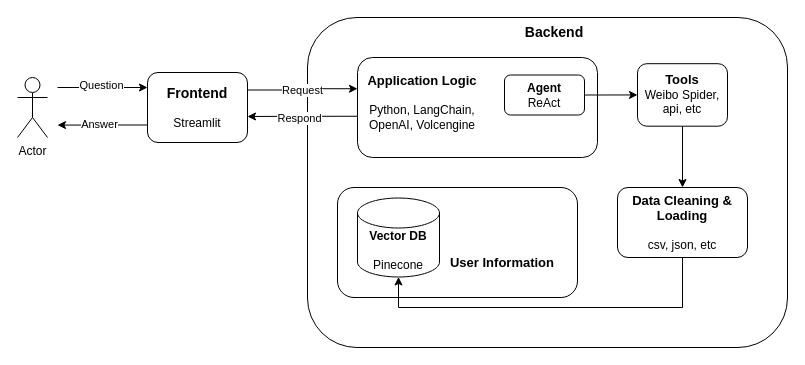
Before: EchoPersona.drawio in Jiaaming/EchoPersona, a draw.io diagram. Source tidied: cells renumbered, new cells numbered last; positions are measured from the earlier drawing's top-left corner, leaving out a move shared by most shapes. Both pictures are drawn from the tidied source at 100%, with x=0, y=0 at pixel (17, 17).
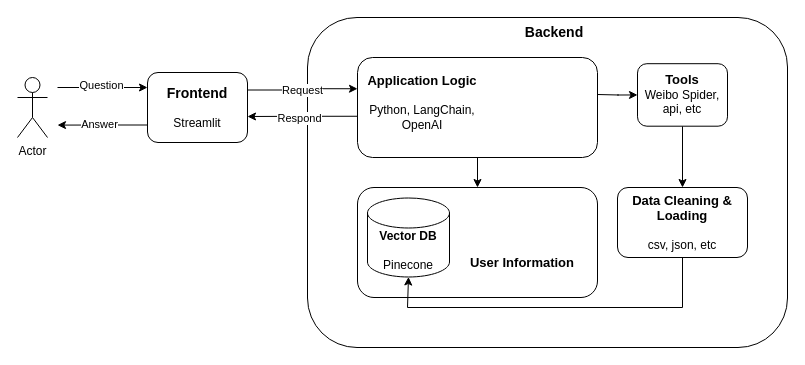
Above is the later version.

Unchanged cells that the change refers to:
```xml
<mxCell id="10" style="rounded=1;whiteSpace=wrap;html=1;" parent="1" vertex="1">
  <mxGeometry x="340" y="40" width="240" height="100" as="geometry" />
</mxCell>
<mxCell id="17" value="&lt;b&gt;&lt;font style=&quot;font-size: 13px;&quot;&gt;Tools&lt;/font&gt;&lt;br&gt;&lt;/b&gt;Weibo Spider, api, etc" style="rounded=1;whiteSpace=wrap;html=1;" parent="1" vertex="1">
  <mxGeometry x="620" y="46.2" width="90" height="62.5" as="geometry" />
</mxCell>
<mxCell id="18" value="&lt;font style=&quot;font-size: 13px;&quot;&gt;&lt;b&gt;Data Cleaning &amp;amp; Loading&lt;/b&gt;&lt;br&gt;&lt;/font&gt;&lt;br&gt;csv, json, etc" style="rounded=1;whiteSpace=wrap;html=1;" parent="1" vertex="1">
  <mxGeometry x="600" y="170" width="130" height="70" as="geometry" />
</mxCell>
```

What changed in the source:
```diff
@@
+    <mxCell id="25" style="edgeStyle=orthogonalEdgeStyle;rounded=0;jettySize=auto;html=1;entryX=0.5;entryY=0;entryDx=0;entryDy=0;" parent="1" edge="1" source="10" target="19">
+      <mxGeometry relative="1" as="geometry" />
+    </mxCell>
@@
-    <mxCell id="11" style="edgeStyle=orthogonalEdgeStyle;rounded=0;jettySize=auto;html=1;exitX=1;exitY=0.5;exitDx=0;exitDy=0;entryX=0;entryY=0.5;entryDx=0;entryDy=0;" parent="1" edge="1" source="12" target="17">
-      <mxGeometry relative="1" as="geometry" />
+    <mxCell id="11" style="edgeStyle=orthogonalEdgeStyle;rounded=0;jettySize=auto;html=1;entryX=0;entryY=0.5;entryDx=0;entryDy=0;" parent="1" edge="1" target="17">
+      <mxGeometry relative="1" as="geometry">
+        <mxPoint x="580" y="77" as="sourcePoint" />
+      </mxGeometry>
     </mxCell>
-    <mxCell id="12" value="&lt;b&gt;Agent&lt;/b&gt;&lt;br&gt;ReAct" style="rounded=1;whiteSpace=wrap;html=1;" parent="1" vertex="1">
-      <mxGeometry x="487" y="57.5" width="80" height="40" as="geometry" />
-    </mxCell>
@@
-    <mxCell id="15" value="&lt;b style=&quot;font-size: 13px;&quot;&gt;Application Logic&lt;br&gt;&lt;/b&gt;&lt;br&gt;Python, LangChain,&lt;br&gt;OpenAI, Volcengine" style="text;html=1;strokeColor=none;fillColor=none;align=center;verticalAlign=middle;whiteSpace=wrap;rounded=0;" parent="1" vertex="1">
+    <mxCell id="15" value="&lt;b style=&quot;font-size: 13px;&quot;&gt;Application Logic&lt;br&gt;&lt;/b&gt;&lt;br&gt;Python, LangChain,&lt;br&gt;OpenAI" style="text;html=1;strokeColor=none;fillColor=none;align=center;verticalAlign=middle;whiteSpace=wrap;rounded=0;" parent="1" vertex="1">
       <mxGeometry x="340" y="57.5" width="130" height="55" as="geometry" />
     </mxCell>
@@
     <mxCell id="19" style="rounded=1;whiteSpace=wrap;html=1;" parent="1" vertex="1">
-      <mxGeometry x="320" y="170" width="240" height="110" as="geometry" />
+      <mxGeometry x="340" y="170" width="240" height="110" as="geometry" />
     </mxCell>
     <mxCell id="20" value="&lt;b&gt;Vector DB&lt;br&gt;&lt;/b&gt;&lt;br&gt;Pinecone" style="shape=cylinder3;whiteSpace=wrap;html=1;boundedLbl=1;backgroundOutline=1;size=15;" parent="1" vertex="1">
-      <mxGeometry x="340" y="180.5" width="82" height="79" as="geometry" />
+      <mxGeometry x="350" y="180.5" width="82" height="79" as="geometry" />
     </mxCell>
     <mxCell id="21" value="&lt;b&gt;&lt;font style=&quot;font-size: 13px;&quot;&gt;User Information&lt;/font&gt;&lt;/b&gt;" style="text;html=1;strokeColor=none;fillColor=none;align=center;verticalAlign=middle;whiteSpace=wrap;rounded=0;" parent="1" vertex="1">
-      <mxGeometry x="430" y="229.5" width="110" height="30" as="geometry" />
+      <mxGeometry x="450" y="229.5" width="110" height="30" as="geometry" />
     </mxCell>
     <mxCell id="22" style="edgeStyle=orthogonalEdgeStyle;rounded=0;jettySize=auto;html=1;exitX=0.5;exitY=1;exitDx=0;exitDy=0;entryX=0.5;entryY=1;entryDx=0;entryDy=0;entryPerimeter=0;" parent="1" edge="1" source="18" target="20">
       <mxGeometry relative="1" as="geometry">
         <Array as="points">
           <mxPoint x="665" y="290" />
-          <mxPoint x="381" y="290" />
+          <mxPoint x="390" y="290" />
         </Array>
       </mxGeometry>
     </mxCell>
```
